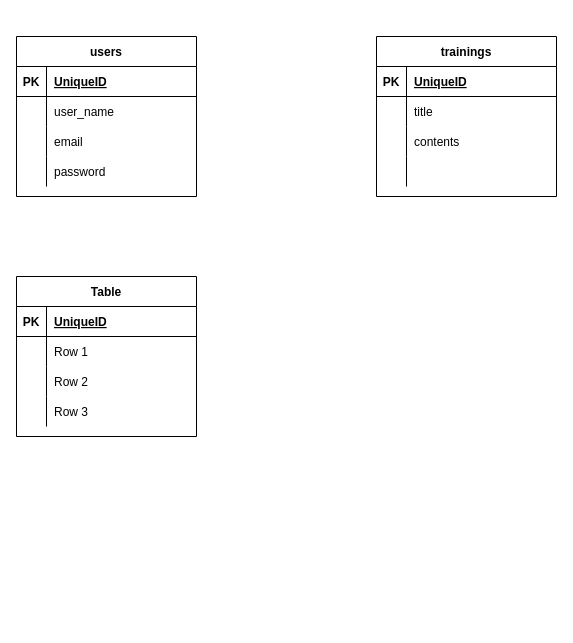
matsu006007/share_training keeps this draw.io diagram as test.dio. Above is the earlier version. Source tidied: cells renumbered, new cells numbered last; positions are measured from the earlier drawing's top-left corner, leaving out a move shared by most shapes. Both pictures are drawn from the tidied source at 100%, with x=0, y=0 at pixel (16, 36).
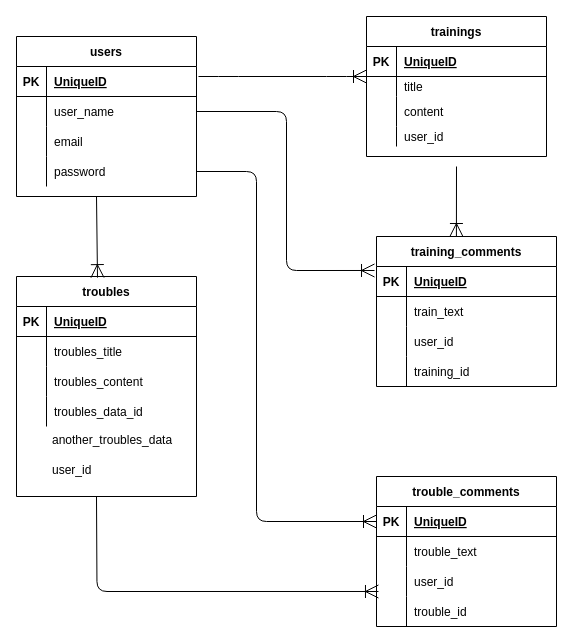
The same diagram, later.

The change refers to these unchanged cells:
```xml
<mxCell id="6" style="shape=partialRectangle;fillColor=none;top=0;left=0;bottom=0;right=0;points=[[0,0.5],[1,0.5]];portConstraint=eastwest;" parent="2" vertex="1">
  <mxGeometry y="60" width="180" height="30" as="geometry" />
</mxCell>
<mxCell id="12" style="shape=partialRectangle;fillColor=none;top=0;left=0;bottom=0;right=0;points=[[0,0.5],[1,0.5]];portConstraint=eastwest;" parent="2" vertex="1">
  <mxGeometry y="120" width="180" height="30" as="geometry" />
</mxCell>
<mxCell id="32" style="shape=partialRectangle;fillColor=none;top=0;left=0;bottom=0;right=0;" parent="28" vertex="1">
  <mxGeometry y="60" width="180" height="30" as="geometry" />
</mxCell>
<mxCell id="35" style="shape=partialRectangle;fillColor=none;top=0;left=0;bottom=0;right=0;" parent="28" vertex="1">
  <mxGeometry y="90" width="180" height="30" as="geometry" />
</mxCell>
<mxCell id="38" style="shape=partialRectangle;fillColor=none;top=0;left=0;bottom=0;right=0;" parent="28" vertex="1">
  <mxGeometry y="120" width="180" height="30" as="geometry" />
</mxCell>
```

Change to the diagram source:
```diff
@@
-    <mxCell id="15" value="trainings" style="shape=table;startSize=30;childLayout=tableLayout;rowLines=0;fontStyle=1;align=center;" parent="1" vertex="1">
-      <mxGeometry x="360" width="180" height="160" as="geometry" />
-    </mxCell>
-    <mxCell id="16" style="shape=partialRectangle;fillColor=none;top=0;left=0;bottom=1;right=0;" parent="15" vertex="1">
-      <mxGeometry y="30" width="180" height="30" as="geometry" />
-    </mxCell>
-    <mxCell id="17" value="PK" style="shape=partialRectangle;fillColor=none;top=0;left=0;bottom=0;right=0;fontStyle=1;overflow=hidden;" parent="16" vertex="1">
-      <mxGeometry width="30" height="30" as="geometry" />
-    </mxCell>
-    <mxCell id="18" value="UniqueID" style="shape=partialRectangle;fillColor=none;top=0;left=0;bottom=0;right=0;align=left;spacingLeft=6;fontStyle=5;overflow=hidden;" parent="16" vertex="1">
-      <mxGeometry x="30" width="150" height="30" as="geometry" />
-    </mxCell>
-    <mxCell id="19" style="shape=partialRectangle;fillColor=none;top=0;left=0;bottom=0;right=0;" parent="15" vertex="1">
-      <mxGeometry y="60" width="180" height="30" as="geometry" />
-    </mxCell>
-    <mxCell id="20" style="shape=partialRectangle;fillColor=none;top=0;left=0;bottom=0;right=0;overflow=hidden;" parent="19" vertex="1">
-      <mxGeometry width="30" height="30" as="geometry" />
-    </mxCell>
-    <mxCell id="21" value="title" style="shape=partialRectangle;fillColor=none;top=0;left=0;bottom=0;right=0;align=left;spacingLeft=6;overflow=hidden;" parent="19" vertex="1">
-      <mxGeometry x="30" width="150" height="30" as="geometry" />
-    </mxCell>
-    <mxCell id="22" style="shape=partialRectangle;fillColor=none;top=0;left=0;bottom=0;right=0;" parent="15" vertex="1">
-      <mxGeometry y="90" width="180" height="30" as="geometry" />
-    </mxCell>
-    <mxCell id="23" style="shape=partialRectangle;fillColor=none;top=0;left=0;bottom=0;right=0;overflow=hidden;" parent="22" vertex="1">
-      <mxGeometry width="30" height="30" as="geometry" />
-    </mxCell>
-    <mxCell id="24" value="contents" style="shape=partialRectangle;fillColor=none;top=0;left=0;bottom=0;right=0;align=left;spacingLeft=6;overflow=hidden;" parent="22" vertex="1">
-      <mxGeometry x="30" width="150" height="30" as="geometry" />
-    </mxCell>
-    <mxCell id="25" style="shape=partialRectangle;fillColor=none;top=0;left=0;bottom=0;right=0;" parent="15" vertex="1">
-      <mxGeometry y="120" width="180" height="30" as="geometry" />
-    </mxCell>
-    <mxCell id="26" style="shape=partialRectangle;fillColor=none;top=0;left=0;bottom=0;right=0;overflow=hidden;" parent="25" vertex="1">
-      <mxGeometry width="30" height="30" as="geometry" />
-    </mxCell>
-    <mxCell id="27" style="shape=partialRectangle;fillColor=none;top=0;left=0;bottom=0;right=0;align=left;spacingLeft=6;overflow=hidden;" parent="25" vertex="1">
-      <mxGeometry x="30" width="150" height="30" as="geometry" />
-    </mxCell>
-    <mxCell id="28" value="Table" style="shape=table;startSize=30;childLayout=tableLayout;rowLines=0;fontStyle=1;align=center;" parent="1" vertex="1">
-      <mxGeometry y="240" width="180" height="160" as="geometry" />
+    <mxCell id="28" value="troubles" style="shape=table;startSize=30;childLayout=tableLayout;rowLines=0;fontStyle=1;align=center;" parent="1" vertex="1">
+      <mxGeometry y="240" width="180" height="220" as="geometry" />
     </mxCell>
@@
-    <mxCell id="34" value="Row 1" style="shape=partialRectangle;fillColor=none;top=0;left=0;bottom=0;right=0;align=left;spacingLeft=6;overflow=hidden;" parent="32" vertex="1">
+    <mxCell id="34" value="troubles_title" style="shape=partialRectangle;fillColor=none;top=0;left=0;bottom=0;right=0;align=left;spacingLeft=6;overflow=hidden;" parent="32" vertex="1">
       <mxGeometry x="30" width="150" height="30" as="geometry" />
     </mxCell>
@@
-    <mxCell id="37" value="Row 2" style="shape=partialRectangle;fillColor=none;top=0;left=0;bottom=0;right=0;align=left;spacingLeft=6;overflow=hidden;" parent="35" vertex="1">
+    <mxCell id="37" value="troubles_content" style="shape=partialRectangle;fillColor=none;top=0;left=0;bottom=0;right=0;align=left;spacingLeft=6;overflow=hidden;" parent="35" vertex="1">
       <mxGeometry x="30" width="150" height="30" as="geometry" />
     </mxCell>
@@
-    <mxCell id="40" value="Row 3" style="shape=partialRectangle;fillColor=none;top=0;left=0;bottom=0;right=0;align=left;spacingLeft=6;overflow=hidden;" parent="38" vertex="1">
+    <mxCell id="40" value="troubles_data_id" style="shape=partialRectangle;fillColor=none;top=0;left=0;bottom=0;right=0;align=left;spacingLeft=6;overflow=hidden;" parent="38" vertex="1">
       <mxGeometry x="30" width="150" height="30" as="geometry" />
     </mxCell>
+    <mxCell id="41" value="another_troubles_data" style="text;strokeColor=none;fillColor=none;spacingLeft=4;spacingRight=4;overflow=hidden;fontSize=12;" parent="1" vertex="1">
+      <mxGeometry x="30" y="390" width="130" height="30" as="geometry" />
+    </mxCell>
+    <mxCell id="42" style="fontSize=12;html=1;endArrow=ERoneToMany;entryX=0.45;entryY=0.005;entryDx=0;entryDy=0;entryPerimeter=0;endSize=11;" parent="1" edge="1" target="28">
+      <mxGeometry relative="1" as="geometry">
+        <mxPoint x="80" y="160" as="sourcePoint" />
+      </mxGeometry>
+    </mxCell>
+    <mxCell id="43" value="training_comments" style="shape=table;startSize=30;childLayout=tableLayout;rowLines=0;fontStyle=1;align=center;" parent="1" vertex="1">
+      <mxGeometry x="360" y="200" width="180" height="150" as="geometry" />
+    </mxCell>
+    <mxCell id="44" style="shape=partialRectangle;fillColor=none;top=0;left=0;bottom=1;right=0;points=[[0,0.5],[1,0.5]];portConstraint=eastwest;" parent="43" vertex="1">
+      <mxGeometry y="30" width="180" height="30" as="geometry" />
+    </mxCell>
+    <mxCell id="45" value="PK" style="shape=partialRectangle;fillColor=none;top=0;left=0;bottom=0;right=0;fontStyle=1;overflow=hidden;" parent="44" vertex="1">
+      <mxGeometry width="30" height="30" as="geometry" />
+    </mxCell>
+    <mxCell id="46" value="UniqueID" style="shape=partialRectangle;fillColor=none;top=0;left=0;bottom=0;right=0;align=left;spacingLeft=6;fontStyle=5;overflow=hidden;" parent="44" vertex="1">
+      <mxGeometry x="30" width="150" height="30" as="geometry" />
+    </mxCell>
+    <mxCell id="47" style="shape=partialRectangle;fillColor=none;top=0;left=0;bottom=0;right=0;" parent="43" vertex="1">
+      <mxGeometry y="60" width="180" height="30" as="geometry" />
+    </mxCell>
+    <mxCell id="48" style="shape=partialRectangle;fillColor=none;top=0;left=0;bottom=0;right=0;overflow=hidden;" parent="47" vertex="1">
+      <mxGeometry width="30" height="30" as="geometry" />
+    </mxCell>
+    <mxCell id="49" value="train_text" style="shape=partialRectangle;fillColor=none;top=0;left=0;bottom=0;right=0;align=left;spacingLeft=6;overflow=hidden;" parent="47" vertex="1">
+      <mxGeometry x="30" width="150" height="30" as="geometry" />
+    </mxCell>
+    <mxCell id="50" style="shape=partialRectangle;fillColor=none;top=0;left=0;bottom=0;right=0;" parent="43" vertex="1">
+      <mxGeometry y="90" width="180" height="30" as="geometry" />
+    </mxCell>
+    <mxCell id="51" style="shape=partialRectangle;fillColor=none;top=0;left=0;bottom=0;right=0;overflow=hidden;" parent="50" vertex="1">
+      <mxGeometry width="30" height="30" as="geometry" />
+    </mxCell>
+    <mxCell id="52" value="user_id" style="shape=partialRectangle;fillColor=none;top=0;left=0;bottom=0;right=0;align=left;spacingLeft=6;overflow=hidden;" parent="50" vertex="1">
+      <mxGeometry x="30" width="150" height="30" as="geometry" />
+    </mxCell>
+    <mxCell id="53" style="shape=partialRectangle;fillColor=none;top=0;left=0;bottom=0;right=0;" parent="43" vertex="1">
+      <mxGeometry y="120" width="180" height="30" as="geometry" />
+    </mxCell>
+    <mxCell id="54" style="shape=partialRectangle;fillColor=none;top=0;left=0;bottom=0;right=0;overflow=hidden;" parent="53" vertex="1">
+      <mxGeometry width="30" height="30" as="geometry" />
+    </mxCell>
+    <mxCell id="55" value="training_id" style="shape=partialRectangle;fillColor=none;top=0;left=0;bottom=0;right=0;align=left;spacingLeft=6;overflow=hidden;" parent="53" vertex="1">
+      <mxGeometry x="30" width="150" height="30" as="geometry" />
+    </mxCell>
+    <mxCell id="56" value="trouble_comments" style="shape=table;startSize=30;childLayout=tableLayout;rowLines=0;fontStyle=1;align=center;" parent="1" vertex="1">
+      <mxGeometry x="360" y="440" width="180" height="150" as="geometry" />
+    </mxCell>
+    <mxCell id="57" style="shape=partialRectangle;fillColor=none;top=0;left=0;bottom=1;right=0;points=[[0,0.5],[1,0.5]];portConstraint=eastwest;" parent="56" vertex="1">
+      <mxGeometry y="30" width="180" height="30" as="geometry" />
+    </mxCell>
+    <mxCell id="58" value="PK" style="shape=partialRectangle;fillColor=none;top=0;left=0;bottom=0;right=0;fontStyle=1;overflow=hidden;" parent="57" vertex="1">
+      <mxGeometry width="30" height="30" as="geometry" />
+    </mxCell>
+    <mxCell id="59" value="UniqueID" style="shape=partialRectangle;fillColor=none;top=0;left=0;bottom=0;right=0;align=left;spacingLeft=6;fontStyle=5;overflow=hidden;" parent="57" vertex="1">
+      <mxGeometry x="30" width="150" height="30" as="geometry" />
+    </mxCell>
+    <mxCell id="60" style="shape=partialRectangle;fillColor=none;top=0;left=0;bottom=0;right=0;" parent="56" vertex="1">
+      <mxGeometry y="60" width="180" height="30" as="geometry" />
+    </mxCell>
+    <mxCell id="61" style="shape=partialRectangle;fillColor=none;top=0;left=0;bottom=0;right=0;overflow=hidden;" parent="60" vertex="1">
+      <mxGeometry width="30" height="30" as="geometry" />
+    </mxCell>
+    <mxCell id="62" value="trouble_text" style="shape=partialRectangle;fillColor=none;top=0;left=0;bottom=0;right=0;align=left;spacingLeft=6;overflow=hidden;" parent="60" vertex="1">
+      <mxGeometry x="30" width="150" height="30" as="geometry" />
+    </mxCell>
+    <mxCell id="63" style="shape=partialRectangle;fillColor=none;top=0;left=0;bottom=0;right=0;" parent="56" vertex="1">
+      <mxGeometry y="90" width="180" height="30" as="geometry" />
+    </mxCell>
+    <mxCell id="64" style="shape=partialRectangle;fillColor=none;top=0;left=0;bottom=0;right=0;overflow=hidden;" parent="63" vertex="1">
+      <mxGeometry width="30" height="30" as="geometry" />
+    </mxCell>
+    <mxCell id="65" value="user_id" style="shape=partialRectangle;fillColor=none;top=0;left=0;bottom=0;right=0;align=left;spacingLeft=6;overflow=hidden;" parent="63" vertex="1">
+      <mxGeometry x="30" width="150" height="30" as="geometry" />
+    </mxCell>
+    <mxCell id="66" style="shape=partialRectangle;fillColor=none;top=0;left=0;bottom=0;right=0;points=[[0,0.5],[1,0.5]];portConstraint=eastwest;" parent="56" vertex="1">
+      <mxGeometry y="120" width="180" height="30" as="geometry" />
+    </mxCell>
+    <mxCell id="67" style="shape=partialRectangle;fillColor=none;top=0;left=0;bottom=0;right=0;overflow=hidden;" parent="66" vertex="1">
+      <mxGeometry width="30" height="30" as="geometry" />
+    </mxCell>
+    <mxCell id="68" value="trouble_id" style="shape=partialRectangle;fillColor=none;top=0;left=0;bottom=0;right=0;align=left;spacingLeft=6;overflow=hidden;" parent="66" vertex="1">
+      <mxGeometry x="30" width="150" height="30" as="geometry" />
+    </mxCell>
+    <mxCell id="69" style="edgeStyle=orthogonalEdgeStyle;fontSize=12;html=1;endArrow=ERoneToMany;entryX=0.011;entryY=-0.167;entryDx=0;entryDy=0;entryPerimeter=0;endSize=11;" parent="1" edge="1" target="66">
+      <mxGeometry relative="1" as="geometry">
+        <mxPoint x="80" y="460" as="sourcePoint" />
+      </mxGeometry>
+    </mxCell>
+    <mxCell id="70" style="fontSize=12;html=1;endArrow=ERoneToMany;entryX=0.444;entryY=0;entryDx=0;entryDy=0;entryPerimeter=0;endSize=11;" parent="1" edge="1" target="43">
+      <mxGeometry relative="1" as="geometry">
+        <mxPoint x="440" y="130" as="sourcePoint" />
+      </mxGeometry>
+    </mxCell>
+    <mxCell id="71" style="edgeStyle=orthogonalEdgeStyle;fontSize=12;html=1;endArrow=ERoneToMany;exitX=1;exitY=0.5;exitDx=0;exitDy=0;entryX=-0.011;entryY=0.133;entryDx=0;entryDy=0;entryPerimeter=0;endSize=11;" parent="1" edge="1" source="6" target="44">
+      <mxGeometry relative="1" as="geometry" />
+    </mxCell>
+    <mxCell id="72" style="edgeStyle=orthogonalEdgeStyle;fontSize=12;html=1;endArrow=ERoneToMany;exitX=1;exitY=0.5;exitDx=0;exitDy=0;entryX=0;entryY=0.5;entryDx=0;entryDy=0;endSize=11;" parent="1" edge="1" source="12" target="57">
+      <mxGeometry relative="1" as="geometry">
+        <Array as="points">
+          <mxPoint x="240" y="135" />
+          <mxPoint x="240" y="485" />
+        </Array>
+      </mxGeometry>
+    </mxCell>
+    <mxCell id="15" value="trainings" style="shape=table;startSize=30;childLayout=tableLayout;rowLines=0;fontStyle=1;align=center;" parent="1" vertex="1">
+      <mxGeometry x="350" y="-20" width="180" height="140" as="geometry" />
+    </mxCell>
+    <mxCell id="73" style="shape=partialRectangle;fillColor=none;top=0;left=0;bottom=1;right=0;" parent="15" vertex="1">
+      <mxGeometry y="30" width="180" height="30" as="geometry" />
+    </mxCell>
+    <mxCell id="74" value="PK" style="shape=partialRectangle;fillColor=none;top=0;left=0;bottom=0;right=0;fontStyle=1;overflow=hidden;" parent="73" vertex="1">
+      <mxGeometry width="30" height="30" as="geometry" />
+    </mxCell>
+    <mxCell id="75" value="UniqueID" style="shape=partialRectangle;fillColor=none;top=0;left=0;bottom=0;right=0;align=left;spacingLeft=6;fontStyle=5;overflow=hidden;" parent="73" vertex="1">
+      <mxGeometry x="30" width="150" height="30" as="geometry" />
+    </mxCell>
+    <mxCell id="76" style="shape=partialRectangle;fillColor=none;top=0;left=0;bottom=0;right=0;points=[[0,0.5],[1,0.5]];portConstraint=eastwest;" parent="15" vertex="1">
+      <mxGeometry y="60" width="180" height="20" as="geometry" />
+    </mxCell>
+    <mxCell id="77" style="shape=partialRectangle;fillColor=none;top=0;left=0;bottom=0;right=0;overflow=hidden;" parent="76" vertex="1">
+      <mxGeometry width="30" height="20" as="geometry" />
+    </mxCell>
+    <mxCell id="21" value="title" style="shape=partialRectangle;fillColor=none;top=0;left=0;bottom=0;right=0;align=left;spacingLeft=6;overflow=hidden;" parent="76" vertex="1">
+      <mxGeometry x="30" width="150" height="20" as="geometry" />
+    </mxCell>
+    <mxCell id="78" style="shape=partialRectangle;fillColor=none;top=0;left=0;bottom=0;right=0;" parent="15" vertex="1">
+      <mxGeometry y="80" width="180" height="30" as="geometry" />
+    </mxCell>
+    <mxCell id="79" style="shape=partialRectangle;fillColor=none;top=0;left=0;bottom=0;right=0;overflow=hidden;" parent="78" vertex="1">
+      <mxGeometry width="30" height="30" as="geometry" />
+    </mxCell>
+    <mxCell id="80" value="content" style="shape=partialRectangle;fillColor=none;top=0;left=0;bottom=0;right=0;align=left;spacingLeft=6;overflow=hidden;" parent="78" vertex="1">
+      <mxGeometry x="30" width="150" height="30" as="geometry" />
+    </mxCell>
+    <mxCell id="81" style="shape=partialRectangle;fillColor=none;top=0;left=0;bottom=0;right=0;" parent="15" vertex="1">
+      <mxGeometry y="110" width="180" height="20" as="geometry" />
+    </mxCell>
+    <mxCell id="82" style="shape=partialRectangle;fillColor=none;top=0;left=0;bottom=0;right=0;overflow=hidden;" parent="81" vertex="1">
+      <mxGeometry width="30" height="20" as="geometry" />
+    </mxCell>
+    <mxCell id="83" value="user_id" style="shape=partialRectangle;fillColor=none;top=0;left=0;bottom=0;right=0;align=left;spacingLeft=6;overflow=hidden;" parent="81" vertex="1">
+      <mxGeometry x="30" width="150" height="20" as="geometry" />
+    </mxCell>
+    <mxCell id="84" style="edgeStyle=entityRelationEdgeStyle;fontSize=12;html=1;endArrow=ERoneToMany;entryX=0;entryY=0;entryDx=0;entryDy=0;entryPerimeter=0;endSize=11;" parent="1" edge="1" target="76">
+      <mxGeometry relative="1" as="geometry">
+        <mxPoint x="182" y="40" as="sourcePoint" />
+      </mxGeometry>
+    </mxCell>
+    <mxCell id="85" value="user_id" style="text;strokeColor=none;fillColor=none;spacingLeft=4;spacingRight=4;overflow=hidden;fontSize=12;" parent="1" vertex="1">
+      <mxGeometry x="30" y="420" width="110" height="30" as="geometry" />
+    </mxCell>
```
